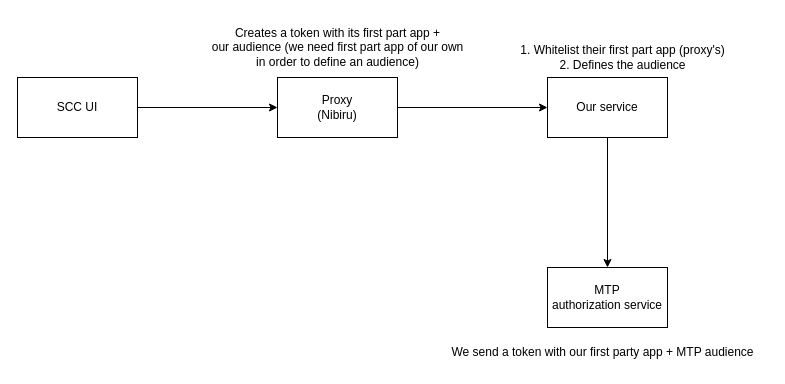
Earlier version of the draw.io diagram Response.drawio (rotemhas/drawio). Source tidied: cells renumbered, new cells numbered last; positions are measured from the earlier drawing's top-left corner, leaving out a move shared by most shapes. Both pictures are drawn from the tidied source at 100%, with x=0, y=0 at pixel (17, 17).
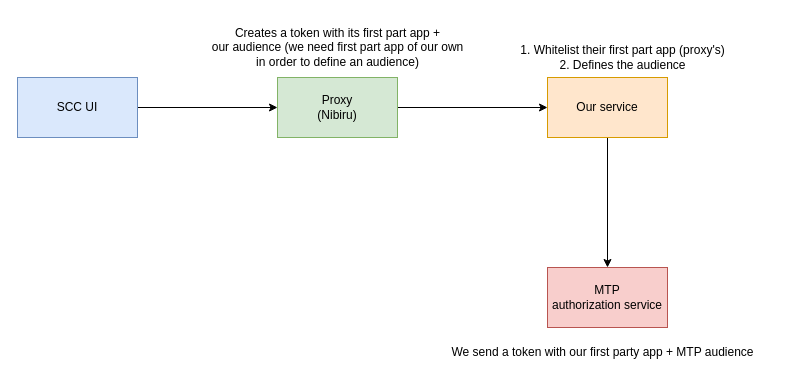
After the change.

Diff of the diagram source:
```diff
@@
 <mxGraphModel>
   <root>
     <mxCell id="0" />
     <mxCell id="1" parent="0" />
     <mxCell id="2" style="edgeStyle=orthogonalEdgeStyle;rounded=0;jettySize=auto;html=1;exitX=1;exitY=0.5;exitDx=0;exitDy=0;" parent="1" edge="1" source="3" target="5">
       <mxGeometry relative="1" as="geometry" />
     </mxCell>
-    <mxCell id="3" value="SCC UI" style="rounded=0;whiteSpace=wrap;html=1;" parent="1" vertex="1">
+    <mxCell id="3" value="SCC UI" style="rounded=0;whiteSpace=wrap;html=1;fillColor=#dae8fc;strokeColor=#6c8ebf;" parent="1" vertex="1">
       <mxGeometry y="60" width="120" height="60" as="geometry" />
     </mxCell>
     <mxCell id="4" style="edgeStyle=orthogonalEdgeStyle;rounded=0;jettySize=auto;html=1;exitX=1;exitY=0.5;exitDx=0;exitDy=0;entryX=0;entryY=0.5;entryDx=0;entryDy=0;" parent="1" edge="1" source="5" target="7">
       <mxGeometry relative="1" as="geometry" />
     </mxCell>
-    <mxCell id="5" value="Proxy&lt;div&gt;(Nibiru)&lt;/div&gt;" style="rounded=0;whiteSpace=wrap;html=1;" parent="1" vertex="1">
+    <mxCell id="5" value="Proxy&lt;div&gt;(Nibiru)&lt;/div&gt;" style="rounded=0;whiteSpace=wrap;html=1;fillColor=#d5e8d4;strokeColor=#82b366;" parent="1" vertex="1">
       <mxGeometry x="260" y="60" width="120" height="60" as="geometry" />
     </mxCell>
     <mxCell id="6" style="edgeStyle=orthogonalEdgeStyle;rounded=0;jettySize=auto;html=1;exitX=0.5;exitY=1;exitDx=0;exitDy=0;" parent="1" edge="1" source="7" target="10">
       <mxGeometry relative="1" as="geometry" />
     </mxCell>
-    <mxCell id="7" value="Our service" style="rounded=0;whiteSpace=wrap;html=1;" parent="1" vertex="1">
+    <mxCell id="7" value="Our service" style="rounded=0;whiteSpace=wrap;html=1;fillColor=#ffe6cc;strokeColor=#d79b00;" parent="1" vertex="1">
       <mxGeometry x="530" y="60" width="120" height="60" as="geometry" />
     </mxCell>
     <mxCell id="8" value="Creates a token with its first part app +&lt;div&gt;our audience (we need first part app of our own&lt;/div&gt;&lt;div&gt;in order to define an audience)&lt;/div&gt;" style="text;html=1;align=center;verticalAlign=middle;strokeColor=none;fillColor=none;" parent="1" vertex="1">
       <mxGeometry x="185" width="270" height="60" as="geometry" />
     </mxCell>
     <mxCell id="9" value="1. Whitelist their first part app (proxy's)&lt;div&gt;2. Defines the audience&lt;/div&gt;" style="text;html=1;align=center;verticalAlign=middle;strokeColor=none;fillColor=none;" parent="1" vertex="1">
       <mxGeometry x="490" y="20" width="230" height="40" as="geometry" />
     </mxCell>
-    <mxCell id="10" value="MTP&lt;div&gt;authorization service&lt;/div&gt;" style="rounded=0;whiteSpace=wrap;html=1;" parent="1" vertex="1">
+    <mxCell id="10" value="MTP&lt;div&gt;authorization service&lt;/div&gt;" style="rounded=0;whiteSpace=wrap;html=1;fillColor=#f8cecc;strokeColor=#b85450;" parent="1" vertex="1">
       <mxGeometry x="530" y="250" width="120" height="60" as="geometry" />
     </mxCell>
     <mxCell id="11" value="We send a token with our first party app + MTP audience" style="text;html=1;align=center;verticalAlign=middle;strokeColor=none;fillColor=none;" parent="1" vertex="1">
       <mxGeometry x="420" y="320" width="330" height="30" as="geometry" />
     </mxCell>
   </root>
 </mxGraphModel>
```
